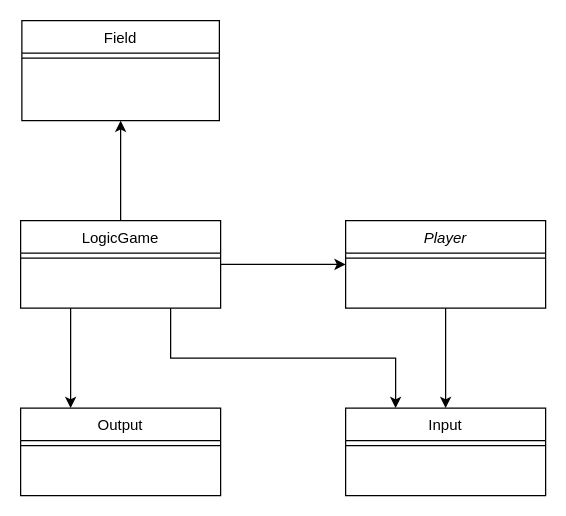
VanyatkaU/job4j_design keeps this draw.io diagram as Крестики-нолики.drawio. Above is the earlier version. Source tidied: cells renumbered, new cells numbered last; positions are measured from the earlier drawing's top-left corner, leaving out a move shared by most shapes. Both pictures are drawn from the tidied source at 125%, with x=0, y=0 at pixel (20, 20).
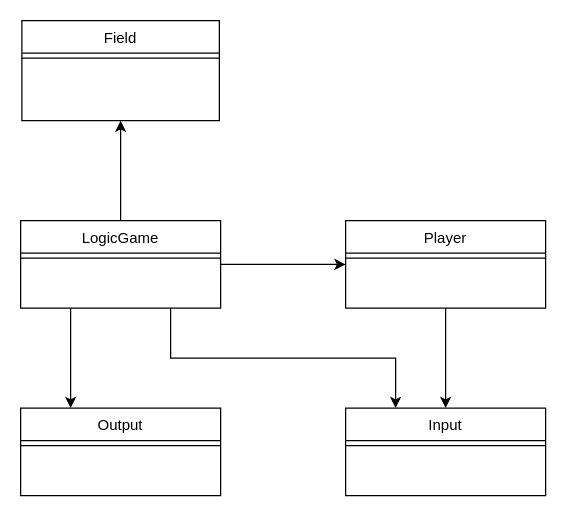
Above is the later version.

Commit message (it also covers changes not shown here):
2. Крестики-нолики. Тестовое задание. [#793 #377258]

Change to the diagram source:
```diff
@@
 <mxGraphModel>
   <root>
     <mxCell id="0" />
     <mxCell id="1" parent="0" />
-    <mxCell id="2" value="Player" style="swimlane;fontStyle=2;align=center;verticalAlign=top;horizontal=1;startSize=26;rounded=0;shadow=0;strokeWidth=1;" parent="1" vertex="1">
+    <mxCell id="2" value="Player" style="swimlane;fontStyle=0;align=center;verticalAlign=top;horizontal=1;startSize=26;rounded=0;shadow=0;strokeWidth=1;" parent="1" vertex="1">
       <mxGeometry x="260" y="160" width="160" height="70" as="geometry" />
     </mxCell>
     <mxCell id="3" style="line;html=1;strokeWidth=1;align=left;verticalAlign=middle;spacingTop=-1;spacingLeft=3;spacingRight=3;labelPosition=right;" parent="2" vertex="1">
       <mxGeometry y="26" width="160" height="8" as="geometry" />
     </mxCell>
     <mxCell id="4" value="LogicGame" style="swimlane;fontStyle=0;align=center;verticalAlign=top;horizontal=1;startSize=26;rounded=0;shadow=0;strokeWidth=1;" parent="1" vertex="1">
       <mxGeometry y="160" width="160" height="70" as="geometry" />
     </mxCell>
     <mxCell id="5" style="line;html=1;strokeWidth=1;align=left;verticalAlign=middle;spacingTop=-1;spacingLeft=3;spacingRight=3;labelPosition=right;" parent="4" vertex="1">
       <mxGeometry y="26" width="160" height="8" as="geometry" />
     </mxCell>
     <mxCell id="6" value="Input" style="swimlane;fontStyle=0;align=center;verticalAlign=top;horizontal=1;startSize=26;rounded=0;shadow=0;strokeWidth=1;" parent="1" vertex="1">
       <mxGeometry x="260" y="310" width="160" height="70" as="geometry" />
     </mxCell>
     <mxCell id="7" style="line;html=1;strokeWidth=1;align=left;verticalAlign=middle;spacingTop=-1;spacingLeft=3;spacingRight=3;labelPosition=right;" parent="6" vertex="1">
       <mxGeometry y="26" width="160" height="8" as="geometry" />
     </mxCell>
     <mxCell id="8" value="Field" style="swimlane;fontStyle=0;align=center;verticalAlign=top;horizontal=1;startSize=26;rounded=0;shadow=0;strokeWidth=1;" parent="1" vertex="1">
       <mxGeometry x="1" width="158" height="80" as="geometry" />
     </mxCell>
     <mxCell id="9" style="line;html=1;strokeWidth=1;align=left;verticalAlign=middle;spacingTop=-1;spacingLeft=3;spacingRight=3;labelPosition=right;" parent="8" vertex="1">
       <mxGeometry y="26" width="158" height="8" as="geometry" />
     </mxCell>
     <mxCell id="10" value="Output" style="swimlane;fontStyle=0;align=center;verticalAlign=top;horizontal=1;startSize=26;rounded=0;shadow=0;strokeWidth=1;" parent="1" vertex="1">
       <mxGeometry y="310" width="160" height="70" as="geometry" />
     </mxCell>
     <mxCell id="11" style="line;html=1;strokeWidth=1;align=left;verticalAlign=middle;spacingTop=-1;spacingLeft=3;spacingRight=3;labelPosition=right;" parent="10" vertex="1">
       <mxGeometry y="26" width="160" height="8" as="geometry" />
     </mxCell>
     <mxCell id="12" style="endArrow=classic;html=1;rounded=0;exitX=0.5;exitY=0;exitDx=0;exitDy=0;entryX=0.5;entryY=1;entryDx=0;entryDy=0;" parent="1" edge="1" source="4" target="8">
       <mxGeometry relative="1" as="geometry" />
     </mxCell>
     <mxCell id="13" style="endArrow=classic;html=1;rounded=0;exitX=1;exitY=0.5;exitDx=0;exitDy=0;entryX=0;entryY=0.5;entryDx=0;entryDy=0;" parent="1" edge="1" source="4" target="2">
       <mxGeometry relative="1" as="geometry" />
     </mxCell>
     <mxCell id="14" style="endArrow=classic;html=1;rounded=0;exitX=0.25;exitY=1;exitDx=0;exitDy=0;entryX=0.25;entryY=0;entryDx=0;entryDy=0;" parent="1" edge="1" source="4" target="10">
       <mxGeometry relative="1" as="geometry" />
     </mxCell>
     <mxCell id="15" style="endArrow=classic;html=1;rounded=0;exitX=0.75;exitY=1;exitDx=0;exitDy=0;entryX=0.25;entryY=0;entryDx=0;entryDy=0;" parent="1" edge="1" source="4" target="6">
       <mxGeometry relative="1" as="geometry">
         <Array as="points">
           <mxPoint x="120" y="270" />
           <mxPoint x="300" y="270" />
         </Array>
       </mxGeometry>
     </mxCell>
     <mxCell id="16" style="endArrow=classic;html=1;rounded=0;exitX=0.5;exitY=1;exitDx=0;exitDy=0;entryX=0.5;entryY=0;entryDx=0;entryDy=0;" parent="1" edge="1" source="2" target="6">
       <mxGeometry relative="1" as="geometry" />
     </mxCell>
   </root>
 </mxGraphModel>
```
